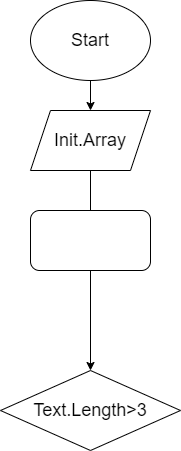
Earlier version of the draw.io export first/diagram.drawio.png (SergeiTimokhin/Final_control_works). Source tidied: cells renumbered, new cells last; positions are measured from the earlier drawing's top-left corner, leaving out a move shared by most shapes.
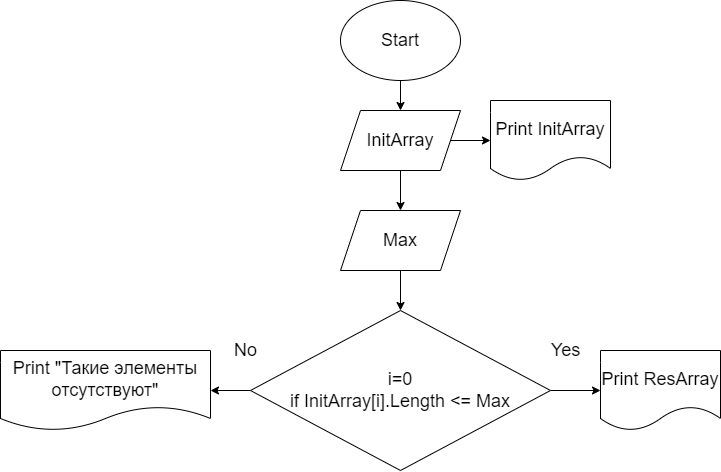
Above is the later version.

Commit message:
Задача к ПКР решена

The edit, as a diff of the source:
```diff
@@ -8,17 +8,44 @@
     <mxCell id="3" value="Start" style="ellipse;whiteSpace=wrap;html=1;fontSize=18;" parent="1" vertex="1">
       <mxGeometry x="30" width="120" height="80" as="geometry" />
     </mxCell>
-    <mxCell id="4" style="edgeStyle=none;html=1;fontSize=18;" parent="1" edge="1" source="5" target="6">
-      <mxGeometry relative="1" as="geometry" />
-    </mxCell>
+    <mxCell id="8" style="edgeStyle=none;html=1;" parent="1" edge="1" source="5" target="12">
+      <mxGeometry relative="1" as="geometry" />
+    </mxCell>
+    <mxCell id="9" style="edgeStyle=none;html=1;fontSize=18;" parent="1" edge="1" source="5" target="14">
+      <mxGeometry relative="1" as="geometry" />
+    </mxCell>
-    <mxCell id="5" value="Init.Array" style="shape=parallelogram;perimeter=parallelogramPerimeter;whiteSpace=wrap;html=1;fixedSize=1;fontSize=18;" parent="1" vertex="1">
+    <mxCell id="5" value="InitArray" style="shape=parallelogram;perimeter=parallelogramPerimeter;whiteSpace=wrap;html=1;fixedSize=1;fontSize=18;" parent="1" vertex="1">
       <mxGeometry x="30" y="110" width="120" height="60" as="geometry" />
     </mxCell>
+    <mxCell id="10" style="edgeStyle=none;html=1;fontSize=18;" parent="1" edge="1" source="6" target="15">
+      <mxGeometry relative="1" as="geometry" />
+    </mxCell>
+    <mxCell id="11" style="edgeStyle=none;html=1;fontSize=18;" parent="1" edge="1" source="6" target="16">
+      <mxGeometry relative="1" as="geometry" />
+    </mxCell>
-    <mxCell id="6" value="Text.Length&amp;gt;3" style="rhombus;whiteSpace=wrap;html=1;fontSize=18;" parent="1" vertex="1">
-      <mxGeometry y="370" width="180" height="80" as="geometry" />
+    <mxCell id="6" value="i=0&lt;br&gt;if InitArray[i].Length &amp;lt;= Max" style="rhombus;whiteSpace=wrap;html=1;fontSize=18;" parent="1" vertex="1">
+      <mxGeometry x="-60" y="310" width="300" height="160" as="geometry" />
     </mxCell>
-    <mxCell id="7" style="rounded=1;whiteSpace=wrap;html=1;fontSize=18;" parent="1" vertex="1">
-      <mxGeometry x="30" y="210" width="120" height="60" as="geometry" />
-    </mxCell>
+    <mxCell id="12" value="Print InitArray" style="shape=document;whiteSpace=wrap;html=1;boundedLbl=1;fontSize=18;" parent="1" vertex="1">
+      <mxGeometry x="180" y="100" width="120" height="80" as="geometry" />
+    </mxCell>
+    <mxCell id="13" style="edgeStyle=none;html=1;fontSize=18;" parent="1" edge="1" source="14" target="6">
+      <mxGeometry relative="1" as="geometry" />
+    </mxCell>
+    <mxCell id="14" value="Max" style="shape=parallelogram;perimeter=parallelogramPerimeter;whiteSpace=wrap;html=1;fixedSize=1;fontSize=18;" parent="1" vertex="1">
+      <mxGeometry x="30" y="210" width="120" height="60" as="geometry" />
+    </mxCell>
+    <mxCell id="15" value="Print ResArray" style="shape=document;whiteSpace=wrap;html=1;boundedLbl=1;fontSize=18;" parent="1" vertex="1">
+      <mxGeometry x="290" y="350" width="120" height="80" as="geometry" />
+    </mxCell>
+    <mxCell id="16" value="Print &quot;Такие элементы отсутствуют&quot;" style="shape=document;whiteSpace=wrap;html=1;boundedLbl=1;fontSize=18;" parent="1" vertex="1">
+      <mxGeometry x="-310" y="350" width="210" height="80" as="geometry" />
+    </mxCell>
+    <mxCell id="17" value="No" style="text;html=1;align=center;verticalAlign=middle;strokeColor=none;fillColor=none;fontSize=18;" parent="1" vertex="1">
+      <mxGeometry x="-90" y="330" width="50" height="40" as="geometry" />
+    </mxCell>
+    <mxCell id="18" value="Yes" style="text;html=1;align=center;verticalAlign=middle;strokeColor=none;fillColor=none;fontSize=18;" parent="1" vertex="1">
+      <mxGeometry x="230" y="330" width="50" height="40" as="geometry" />
+    </mxCell>
   </root>
 </mxGraphModel>
```
